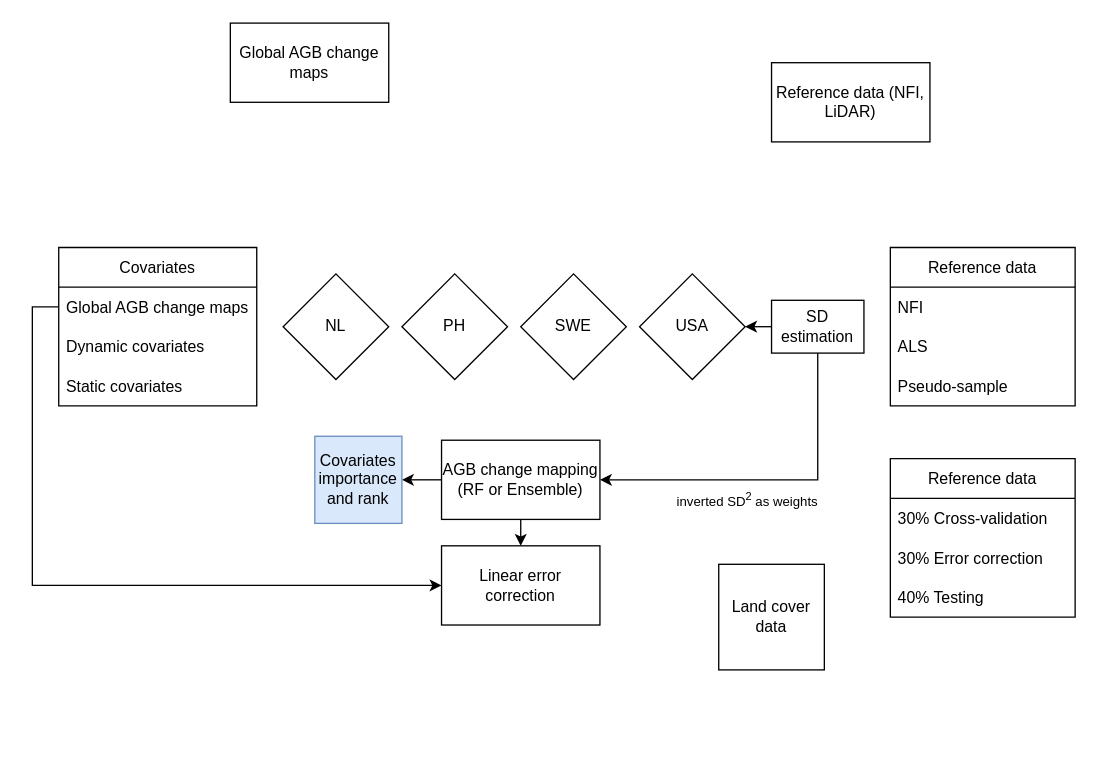
Before: Paper3.drawio in arnanaraza/diagrams, a draw.io diagram. Source tidied: cells renumbered, new cells numbered last; positions are measured from the earlier drawing's top-left corner, leaving out a move shared by most shapes. Both pictures are drawn from the tidied source at 132%, with x=0, y=0 at pixel (58, 22).
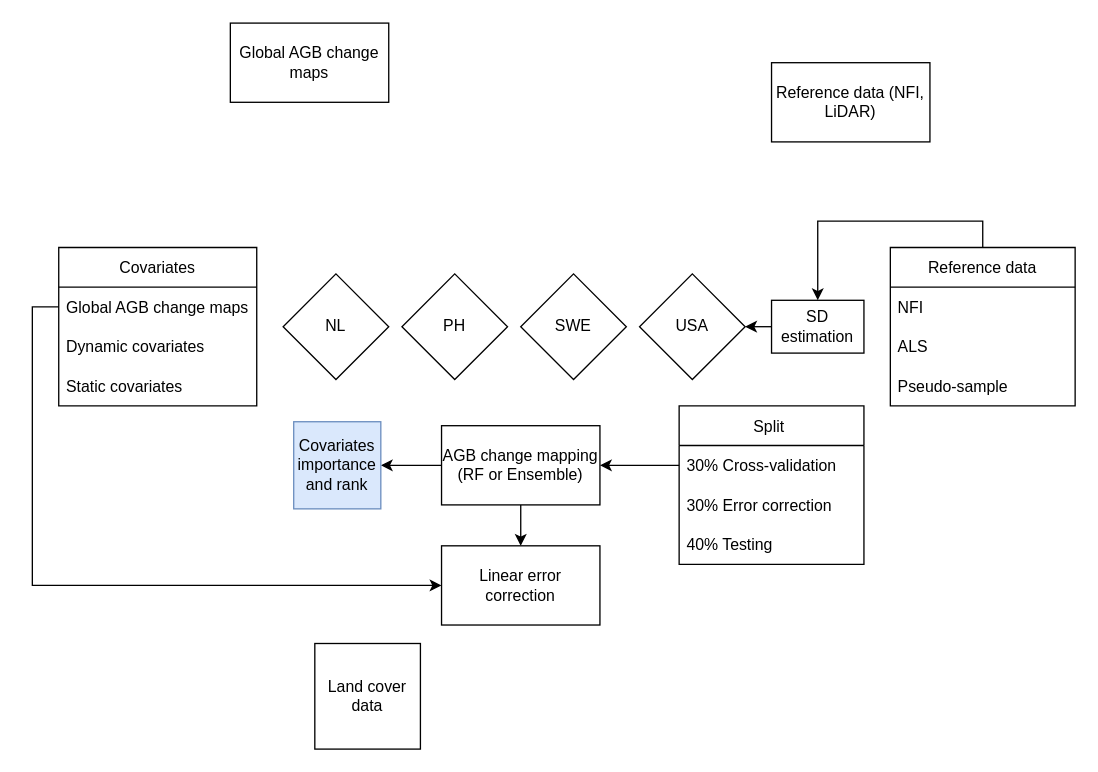
The same page after the edit.

The change refers to these unchanged cells:
```xml
<mxCell id="9" value="SD estimation" style="rounded=0;whiteSpace=wrap;html=1;" parent="1" vertex="1">
  <mxGeometry x="540" y="210" width="70" height="40" as="geometry" />
</mxCell>
<mxCell id="14" value="Reference data" style="swimlane;fontStyle=0;horizontal=1;startSize=30;" parent="1" vertex="1">
  <mxGeometry x="630" y="170" width="140" height="120" as="geometry" />
</mxCell>
<mxCell id="28" value="30% Cross-validation" style="text;strokeColor=none;fillColor=none;align=left;verticalAlign=middle;spacingLeft=4;spacingRight=4;overflow=hidden;points=[[0,0.5],[1,0.5]];portConstraint=eastwest;" parent="27" vertex="1">
  <mxGeometry y="30" width="140" height="30" as="geometry" />
</mxCell>
```

The edit, as a diff of the source:
```diff
@@
     <mxCell id="5" value="AGB change mapping (RF or Ensemble)" style="rounded=0;whiteSpace=wrap;html=1;" parent="1" vertex="1">
-      <mxGeometry x="290" y="316" width="120" height="60" as="geometry" />
+      <mxGeometry x="290" y="305" width="120" height="60" as="geometry" />
     </mxCell>
@@
-    <mxCell id="7" style="edgeStyle=orthogonalEdgeStyle;rounded=0;jettySize=auto;html=1;exitX=0.5;exitY=1;exitDx=0;exitDy=0;entryX=1;entryY=0.5;entryDx=0;entryDy=0;" parent="1" edge="1" source="9" target="5">
-      <mxGeometry relative="1" as="geometry" />
-    </mxCell>
@@
+    <mxCell id="31" style="edgeStyle=orthogonalEdgeStyle;rounded=0;jettySize=auto;html=1;exitX=0.5;exitY=0;exitDx=0;exitDy=0;entryX=0.5;entryY=0;entryDx=0;entryDy=0;fontSize=10;" parent="1" edge="1" source="14" target="9">
+      <mxGeometry relative="1" as="geometry" />
+    </mxCell>
@@
-    <mxCell id="22" value="&lt;font style=&quot;font-size: 10px;&quot;&gt;inverted SD&lt;sup&gt;2&lt;/sup&gt; as weights&lt;/font&gt;" style="text;html=1;strokeColor=none;fillColor=none;align=center;verticalAlign=middle;whiteSpace=wrap;rounded=0;" parent="1" vertex="1">
-      <mxGeometry x="442" y="346" width="160" height="30" as="geometry" />
-    </mxCell>
     <mxCell id="23" value="&lt;span style=&quot;font-size: 12px;&quot;&gt;Land cover data&lt;/span&gt;" style="whiteSpace=wrap;html=1;fontSize=10;" parent="1" vertex="1">
-      <mxGeometry x="500" y="410" width="80" height="80" as="geometry" />
+      <mxGeometry x="194" y="470" width="80" height="80" as="geometry" />
     </mxCell>
     <mxCell id="24" value="&lt;span style=&quot;font-size: 12px;&quot;&gt;Covariates importance and rank&lt;/span&gt;" style="whiteSpace=wrap;html=1;fontSize=10;fillColor=#dae8fc;strokeColor=#6c8ebf;" parent="1" vertex="1">
-      <mxGeometry x="194" y="313" width="66" height="66" as="geometry" />
+      <mxGeometry x="178" y="302" width="66" height="66" as="geometry" />
     </mxCell>
@@
-    <mxCell id="27" value="Reference data" style="swimlane;fontStyle=0;horizontal=1;startSize=30;" parent="1" vertex="1">
-      <mxGeometry x="630" y="330" width="140" height="120" as="geometry" />
+    <mxCell id="27" value="Split " style="swimlane;fontStyle=0;horizontal=1;startSize=30;" parent="1" vertex="1">
+      <mxGeometry x="470" y="290" width="140" height="120" as="geometry" />
     </mxCell>
@@
+    <mxCell id="32" style="edgeStyle=orthogonalEdgeStyle;rounded=0;jettySize=auto;html=1;exitX=0;exitY=0.5;exitDx=0;exitDy=0;entryX=1;entryY=0.5;entryDx=0;entryDy=0;fontSize=10;" parent="1" edge="1" source="28" target="5">
+      <mxGeometry relative="1" as="geometry" />
+    </mxCell>
```
